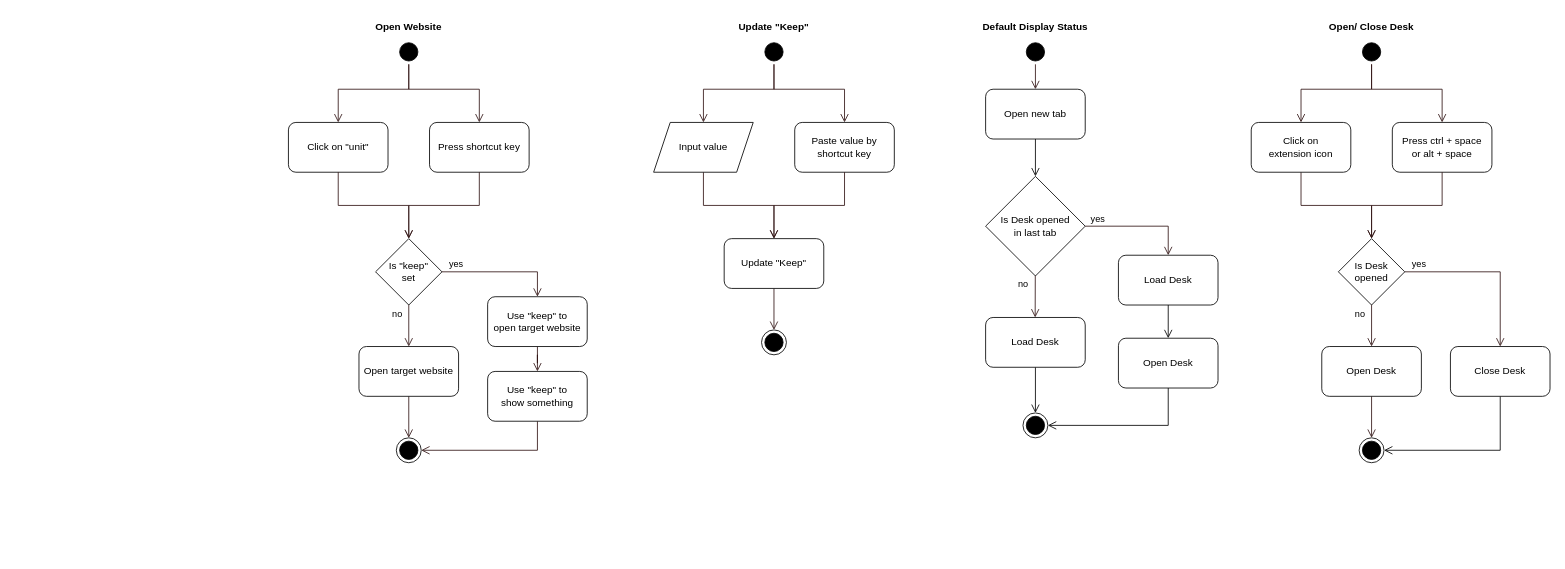
Earlier version of the draw.io diagram page "Activity Diagram" (1 of 2) of assets/design.drawio (SNinjo/desk). Source tidied: cells renumbered, new cells numbered last; positions are measured from the earlier drawing's top-left corner, leaving out a move shared by most shapes. Both pictures are drawn from the tidied source at 83%, with x=0, y=0 at pixel (288, 14).
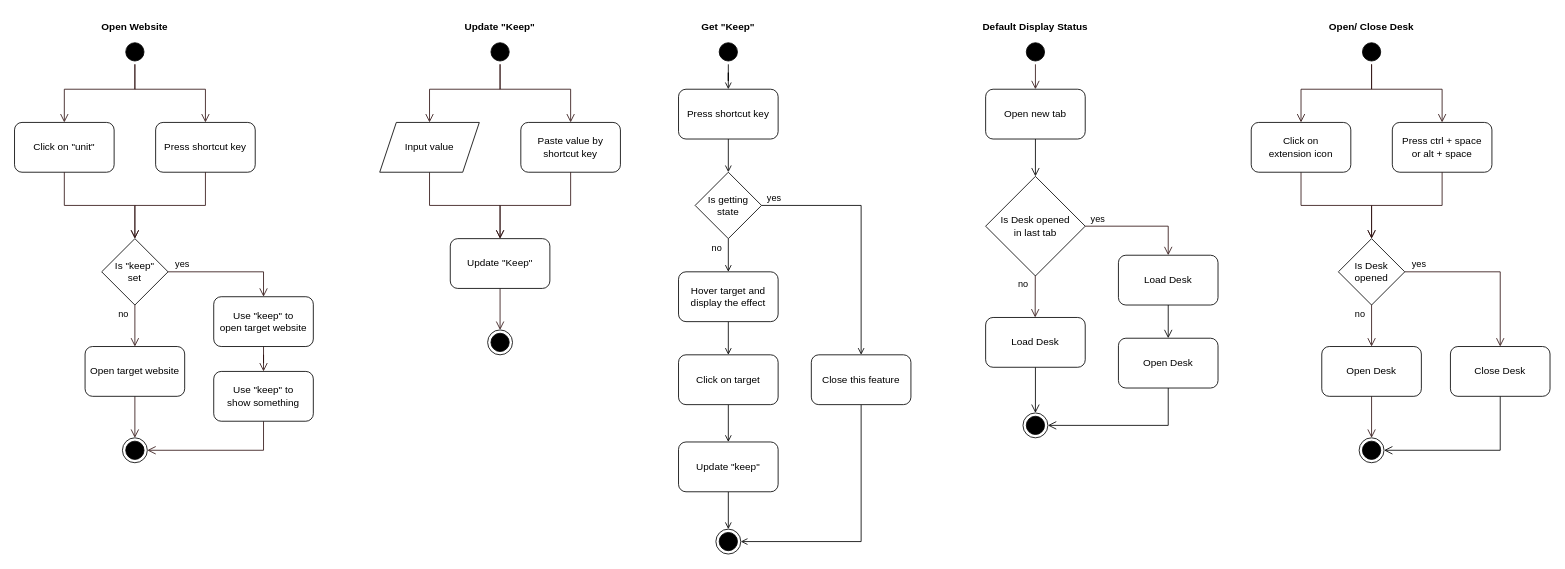
The same diagram, later.

Change to the diagram source:
```diff
@@
     <mxCell id="2" style="ellipse;html=1;shape=startState;fillColor=#000000;strokeColor=#000000;" parent="1" vertex="1">
-      <mxGeometry x="130" y="30" width="30" height="30" as="geometry" />
+      <mxGeometry x="-200" y="30" width="30" height="30" as="geometry" />
     </mxCell>
     <mxCell id="3" style="edgeStyle=orthogonalEdgeStyle;html=1;verticalAlign=bottom;endArrow=open;endSize=8;strokeColor=#301313;rounded=0;" parent="1" edge="1" source="2" target="4">
       <mxGeometry relative="1" as="geometry">
         <Array as="points">
-          <mxPoint x="145" y="90" />
-          <mxPoint x="60" y="90" />
+          <mxPoint x="-185" y="90" />
+          <mxPoint x="-270" y="90" />
         </Array>
       </mxGeometry>
     </mxCell>
     <mxCell id="4" value="Click on &quot;unit&quot;" style="rounded=1;whiteSpace=wrap;html=1;strokeColor=#000000;" parent="1" vertex="1">
-      <mxGeometry y="130" width="120" height="60" as="geometry" />
+      <mxGeometry x="-330" y="130" width="120" height="60" as="geometry" />
     </mxCell>
     <mxCell id="5" style="edgeStyle=orthogonalEdgeStyle;html=1;verticalAlign=bottom;endArrow=open;endSize=8;strokeColor=#301313;rounded=0;" parent="1" edge="1" source="4" target="16">
       <mxGeometry relative="1" as="geometry">
         <Array as="points">
-          <mxPoint x="60" y="230" />
-          <mxPoint x="145" y="230" />
+          <mxPoint x="-270" y="230" />
+          <mxPoint x="-185" y="230" />
         </Array>
       </mxGeometry>
     </mxCell>
     <mxCell id="6" style="edgeStyle=orthogonalEdgeStyle;html=1;verticalAlign=bottom;endArrow=open;endSize=8;strokeColor=#301313;rounded=0;" parent="1" edge="1" source="2" target="7">
       <mxGeometry relative="1" as="geometry">
         <Array as="points">
-          <mxPoint x="145" y="90" />
-          <mxPoint x="230" y="90" />
+          <mxPoint x="-185" y="90" />
+          <mxPoint x="-100" y="90" />
         </Array>
       </mxGeometry>
     </mxCell>
     <mxCell id="7" value="Press shortcut key" style="rounded=1;whiteSpace=wrap;html=1;strokeColor=#000000;" parent="1" vertex="1">
-      <mxGeometry x="170" y="130" width="120" height="60" as="geometry" />
+      <mxGeometry x="-160" y="130" width="120" height="60" as="geometry" />
     </mxCell>
     <mxCell id="8" style="edgeStyle=orthogonalEdgeStyle;html=1;verticalAlign=bottom;endArrow=open;endSize=8;strokeColor=#301313;rounded=0;" parent="1" edge="1" source="7" target="16">
       <mxGeometry x="1" y="-68" relative="1" as="geometry">
         <Array as="points">
-          <mxPoint x="230" y="230" />
-          <mxPoint x="145" y="230" />
+          <mxPoint x="-100" y="230" />
+          <mxPoint x="-185" y="230" />
         </Array>
         <mxPoint x="-55" y="28" as="offset" />
       </mxGeometry>
     </mxCell>
@@
     <mxCell id="10" value="Open target website" style="rounded=1;whiteSpace=wrap;html=1;strokeColor=#000000;" parent="1" vertex="1">
-      <mxGeometry x="85" y="400" width="120" height="60" as="geometry" />
+      <mxGeometry x="-245" y="400" width="120" height="60" as="geometry" />
     </mxCell>
     <mxCell id="11" style="ellipse;html=1;shape=endState;fillColor=#000000;strokeColor=#000000;" parent="1" vertex="1">
-      <mxGeometry x="130" y="510" width="30" height="30" as="geometry" />
+      <mxGeometry x="-200" y="510" width="30" height="30" as="geometry" />
     </mxCell>
@@
     <mxCell id="14" style="edgeStyle=orthogonalEdgeStyle;rounded=0;jettySize=auto;html=1;strokeColor=#301313;endArrow=open;endFill=0;endSize=8;" parent="1" edge="1" source="16" target="20">
       <mxGeometry relative="1" as="geometry">
         <Array as="points">
-          <mxPoint x="300" y="310" />
+          <mxPoint x="-30" y="310" />
         </Array>
       </mxGeometry>
     </mxCell>
@@
     <mxCell id="16" value="Is &quot;keep&quot;&lt;br&gt;set" style="rhombus;whiteSpace=wrap;html=1;strokeColor=#000000;" parent="1" vertex="1">
-      <mxGeometry x="105" y="270" width="80" height="80" as="geometry" />
+      <mxGeometry x="-225" y="270" width="80" height="80" as="geometry" />
     </mxCell>
     <mxCell id="17" style="edgeStyle=orthogonalEdgeStyle;rounded=0;jettySize=auto;html=1;entryX=1;entryY=0.5;entryDx=0;entryDy=0;strokeColor=#301313;endArrow=open;endFill=0;endSize=8;" parent="1" edge="1" source="18" target="11">
       <mxGeometry relative="1" as="geometry">
         <Array as="points">
-          <mxPoint x="300" y="525" />
+          <mxPoint x="-30" y="525" />
         </Array>
       </mxGeometry>
     </mxCell>
     <mxCell id="18" value="Use &quot;keep&quot; to&lt;br style=&quot;border-color: var(--border-color);&quot;&gt;show something" style="rounded=1;whiteSpace=wrap;html=1;strokeColor=#000000;" parent="1" vertex="1">
-      <mxGeometry x="240" y="430" width="120" height="60" as="geometry" />
+      <mxGeometry x="-90" y="430" width="120" height="60" as="geometry" />
     </mxCell>
@@
     <mxCell id="20" value="Use &quot;keep&quot; to&lt;br style=&quot;border-color: var(--border-color);&quot;&gt;open target website" style="rounded=1;whiteSpace=wrap;html=1;strokeColor=#000000;" parent="1" vertex="1">
-      <mxGeometry x="240" y="340" width="120" height="60" as="geometry" />
+      <mxGeometry x="-90" y="340" width="120" height="60" as="geometry" />
     </mxCell>
     <mxCell id="21" value="Open Website" style="text;html=1;strokeColor=none;fillColor=none;align=center;verticalAlign=middle;whiteSpace=wrap;rounded=0;fontStyle=1;" parent="1" vertex="1">
-      <mxGeometry x="100" width="90" height="30" as="geometry" />
+      <mxGeometry x="-230" width="90" height="30" as="geometry" />
     </mxCell>
     <mxCell id="22" style="ellipse;html=1;shape=startState;fillColor=#000000;strokeColor=#000000;" parent="1" vertex="1">
-      <mxGeometry x="570" y="30" width="30" height="30" as="geometry" />
+      <mxGeometry x="240" y="30" width="30" height="30" as="geometry" />
     </mxCell>
     <mxCell id="23" style="edgeStyle=orthogonalEdgeStyle;html=1;verticalAlign=bottom;endArrow=open;endSize=8;strokeColor=#301313;rounded=0;" parent="1" edge="1" source="22" target="29">
       <mxGeometry relative="1" as="geometry">
         <Array as="points">
-          <mxPoint x="585" y="90" />
-          <mxPoint x="500" y="90" />
+          <mxPoint x="255" y="90" />
+          <mxPoint x="170" y="90" />
         </Array>
       </mxGeometry>
     </mxCell>
     <mxCell id="24" style="edgeStyle=orthogonalEdgeStyle;html=1;verticalAlign=bottom;endArrow=open;endSize=8;strokeColor=#301313;rounded=0;" parent="1" edge="1" source="29">
       <mxGeometry relative="1" as="geometry">
-        <mxPoint x="585" y="270" as="targetPoint" />
+        <mxPoint x="255" y="270" as="targetPoint" />
         <Array as="points">
-          <mxPoint x="500" y="230" />
-          <mxPoint x="585" y="230" />
+          <mxPoint x="170" y="230" />
+          <mxPoint x="255" y="230" />
         </Array>
       </mxGeometry>
     </mxCell>
     <mxCell id="25" style="edgeStyle=orthogonalEdgeStyle;html=1;verticalAlign=bottom;endArrow=open;endSize=8;strokeColor=#301313;rounded=0;" parent="1" edge="1" source="22" target="26">
       <mxGeometry relative="1" as="geometry">
         <Array as="points">
-          <mxPoint x="585" y="90" />
-          <mxPoint x="670" y="90" />
+          <mxPoint x="255" y="90" />
+          <mxPoint x="340" y="90" />
         </Array>
       </mxGeometry>
     </mxCell>
     <mxCell id="26" value="Paste value by&lt;br&gt;shortcut key" style="rounded=1;whiteSpace=wrap;html=1;strokeColor=#000000;" parent="1" vertex="1">
-      <mxGeometry x="610" y="130" width="120" height="60" as="geometry" />
+      <mxGeometry x="280" y="130" width="120" height="60" as="geometry" />
     </mxCell>
     <mxCell id="27" style="edgeStyle=orthogonalEdgeStyle;html=1;verticalAlign=bottom;endArrow=open;endSize=8;strokeColor=#301313;rounded=0;" parent="1" edge="1" source="26" target="31">
       <mxGeometry x="1" y="-68" relative="1" as="geometry">
         <Array as="points">
-          <mxPoint x="670" y="230" />
-          <mxPoint x="585" y="230" />
+          <mxPoint x="340" y="230" />
+          <mxPoint x="255" y="230" />
         </Array>
         <mxPoint x="-55" y="28" as="offset" />
       </mxGeometry>
     </mxCell>
     <mxCell id="28" value="Update &quot;Keep&quot;" style="text;html=1;strokeColor=none;fillColor=none;align=center;verticalAlign=middle;whiteSpace=wrap;rounded=0;fontStyle=1;" parent="1" vertex="1">
-      <mxGeometry x="540" width="90" height="30" as="geometry" />
+      <mxGeometry x="210" width="90" height="30" as="geometry" />
     </mxCell>
     <mxCell id="29" value="Input value" style="shape=parallelogram;perimeter=parallelogramPerimeter;whiteSpace=wrap;html=1;fixedSize=1;strokeColor=#000000;" parent="1" vertex="1">
-      <mxGeometry x="440" y="130" width="120" height="60" as="geometry" />
+      <mxGeometry x="110" y="130" width="120" height="60" as="geometry" />
     </mxCell>
@@
     <mxCell id="31" value="Update &quot;Keep&quot;" style="rounded=1;whiteSpace=wrap;html=1;strokeColor=#000000;" parent="1" vertex="1">
-      <mxGeometry x="525" y="270" width="120" height="60" as="geometry" />
+      <mxGeometry x="195" y="270" width="120" height="60" as="geometry" />
     </mxCell>
     <mxCell id="32" style="ellipse;html=1;shape=endState;fillColor=#000000;strokeColor=#000000;" parent="1" vertex="1">
-      <mxGeometry x="570" y="380" width="30" height="30" as="geometry" />
+      <mxGeometry x="240" y="380" width="30" height="30" as="geometry" />
     </mxCell>
@@
+    <mxCell id="68" style="edgeStyle=orthogonalEdgeStyle;rounded=0;jettySize=auto;html=1;endArrow=open;endFill=0;" parent="1" edge="1" source="69" target="72">
+      <mxGeometry relative="1" as="geometry" />
+    </mxCell>
+    <mxCell id="69" style="ellipse;html=1;shape=startState;fillColor=#000000;strokeColor=#000000;" parent="1" vertex="1">
+      <mxGeometry x="515" y="30" width="30" height="30" as="geometry" />
+    </mxCell>
+    <mxCell id="70" value="Get &quot;Keep&quot;" style="text;html=1;strokeColor=none;fillColor=none;align=center;verticalAlign=middle;whiteSpace=wrap;rounded=0;fontStyle=1;" parent="1" vertex="1">
+      <mxGeometry x="485" width="90" height="30" as="geometry" />
+    </mxCell>
+    <mxCell id="71" style="edgeStyle=orthogonalEdgeStyle;rounded=0;jettySize=auto;html=1;endArrow=open;endFill=0;" parent="1" edge="1" source="72" target="77">
+      <mxGeometry relative="1" as="geometry" />
+    </mxCell>
+    <mxCell id="72" value="Press shortcut key" style="rounded=1;whiteSpace=wrap;html=1;strokeColor=#000000;" parent="1" vertex="1">
+      <mxGeometry x="470" y="90" width="120" height="60" as="geometry" />
+    </mxCell>
+    <mxCell id="73" style="rounded=0;jettySize=auto;html=1;endArrow=open;endFill=0;" parent="1" edge="1" source="77" target="79">
+      <mxGeometry relative="1" as="geometry" />
+    </mxCell>
+    <mxCell id="74" value="no" style="edgeLabel;html=1;align=center;verticalAlign=middle;" parent="73" vertex="1">
+      <mxGeometry x="-0.71" relative="1" as="geometry">
+        <mxPoint x="-15" y="4" as="offset" />
+      </mxGeometry>
+    </mxCell>
+    <mxCell id="75" style="edgeStyle=orthogonalEdgeStyle;rounded=0;jettySize=auto;html=1;endArrow=open;endFill=0;" parent="1" edge="1" source="77" target="86">
+      <mxGeometry relative="1" as="geometry">
+        <Array as="points">
+          <mxPoint x="690" y="230" />
+        </Array>
+      </mxGeometry>
+    </mxCell>
+    <mxCell id="76" value="yes" style="edgeLabel;html=1;align=center;verticalAlign=middle;" parent="75" vertex="1">
+      <mxGeometry x="-0.96" relative="1" as="geometry">
+        <mxPoint x="8" y="-10" as="offset" />
+      </mxGeometry>
+    </mxCell>
+    <mxCell id="77" value="Is getting&lt;br&gt;state" style="rhombus;whiteSpace=wrap;html=1;strokeColor=#000000;" parent="1" vertex="1">
+      <mxGeometry x="490" y="190" width="80" height="80" as="geometry" />
+    </mxCell>
+    <mxCell id="78" style="edgeStyle=orthogonalEdgeStyle;rounded=0;jettySize=auto;html=1;endArrow=open;endFill=0;" parent="1" edge="1" source="79" target="81">
+      <mxGeometry relative="1" as="geometry" />
+    </mxCell>
+    <mxCell id="79" value="Hover target and&lt;br&gt;display the effect" style="rounded=1;whiteSpace=wrap;html=1;strokeColor=#000000;" parent="1" vertex="1">
+      <mxGeometry x="470" y="310" width="120" height="60" as="geometry" />
+    </mxCell>
+    <mxCell id="80" style="edgeStyle=orthogonalEdgeStyle;rounded=0;jettySize=auto;html=1;endArrow=open;endFill=0;" parent="1" edge="1" source="81" target="83">
+      <mxGeometry relative="1" as="geometry" />
+    </mxCell>
+    <mxCell id="81" value="Click on target" style="rounded=1;whiteSpace=wrap;html=1;strokeColor=#000000;" parent="1" vertex="1">
+      <mxGeometry x="470" y="410" width="120" height="60" as="geometry" />
+    </mxCell>
+    <mxCell id="82" style="edgeStyle=orthogonalEdgeStyle;rounded=0;jettySize=auto;html=1;entryX=0.5;entryY=0;entryDx=0;entryDy=0;endArrow=open;endFill=0;" parent="1" edge="1" source="83" target="84">
+      <mxGeometry relative="1" as="geometry" />
+    </mxCell>
+    <mxCell id="83" value="Update &quot;keep&quot;" style="rounded=1;whiteSpace=wrap;html=1;strokeColor=#000000;" parent="1" vertex="1">
+      <mxGeometry x="470" y="515" width="120" height="60" as="geometry" />
+    </mxCell>
+    <mxCell id="84" style="ellipse;html=1;shape=endState;fillColor=#000000;strokeColor=#000000;" parent="1" vertex="1">
+      <mxGeometry x="515" y="620" width="30" height="30" as="geometry" />
+    </mxCell>
+    <mxCell id="85" style="edgeStyle=orthogonalEdgeStyle;rounded=0;jettySize=auto;html=1;entryX=1;entryY=0.5;entryDx=0;entryDy=0;endArrow=open;endFill=0;" parent="1" edge="1" source="86" target="84">
+      <mxGeometry relative="1" as="geometry">
+        <Array as="points">
+          <mxPoint x="690" y="635" />
+        </Array>
+      </mxGeometry>
+    </mxCell>
+    <mxCell id="86" value="Close this feature" style="rounded=1;whiteSpace=wrap;html=1;strokeColor=#000000;" parent="1" vertex="1">
+      <mxGeometry x="630" y="410" width="120" height="60" as="geometry" />
+    </mxCell>
```
